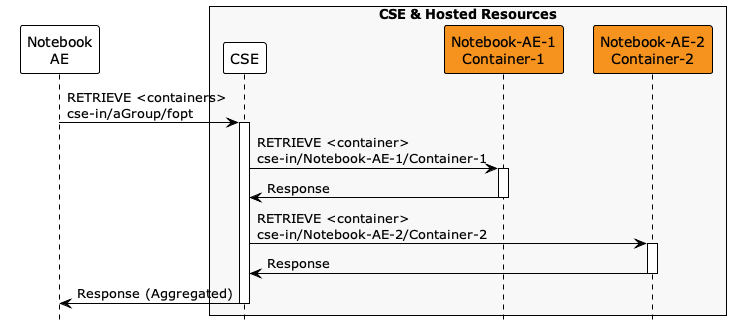
ankraft/onem2m-jupyter-notebooks keeps this PlantUML diagram as images/04/retrieve_containers.png. Above is the earlier version. The source it was exported from:
```plantuml
@startuml
hide footbox
!theme plain
skinparam backgroundcolor transparent


participant "Notebook\nAE" as AE
box "CSE & Hosted Resources" #f8f8f8
participant "CSE" as CSE
participant "Notebook-AE-1\nContainer-1" as container1 #F6921E
participant "Notebook-AE-2\nContainer-2" as container2 #F6921E
end box

AE -> CSE ++: RETRIEVE <containers>\ncse-in/aGroup/fopt
CSE -> container1 ++: RETRIEVE <container>\ncse-in/Notebook-AE-1/Container-1
CSE <- container1 --: Response
CSE -> container2 ++: RETRIEVE <container>\ncse-in/Notebook-AE-2/Container-2
CSE <- container2 --: Response
AE <- CSE --: Response (Aggregated)

@enduml
```
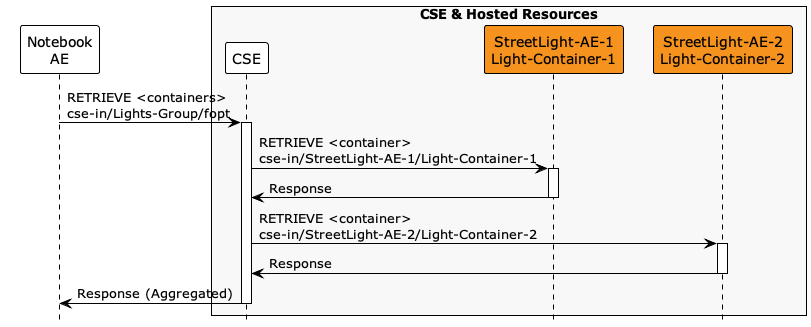
The same diagram one commit later.

Commit message:
Added "street lights" scenario to group notebook

Diff of the diagram source:
```diff
@@ -7,14 +7,14 @@
 participant "Notebook\nAE" as AE
 box "CSE & Hosted Resources" #f8f8f8
 participant "CSE" as CSE
-participant "Notebook-AE-1\nContainer-1" as container1 #F6921E
-participant "Notebook-AE-2\nContainer-2" as container2 #F6921E
+participant "StreetLight-AE-1\nLight-Container-1" as container1 #F6921E
+participant "StreetLight-AE-2\nLight-Container-2" as container2 #F6921E
 end box
 
-AE -> CSE ++: RETRIEVE <containers>\ncse-in/aGroup/fopt
-CSE -> container1 ++: RETRIEVE <container>\ncse-in/Notebook-AE-1/Container-1
+AE -> CSE ++: RETRIEVE <containers>\ncse-in/Lights-Group/fopt
+CSE -> container1 ++: RETRIEVE <container>\ncse-in/StreetLight-AE-1/Light-Container-1
 CSE <- container1 --: Response
-CSE -> container2 ++: RETRIEVE <container>\ncse-in/Notebook-AE-2/Container-2
+CSE -> container2 ++: RETRIEVE <container>\ncse-in/StreetLight-AE-2/Light-Container-2
 CSE <- container2 --: Response
 AE <- CSE --: Response (Aggregated)
 
```
